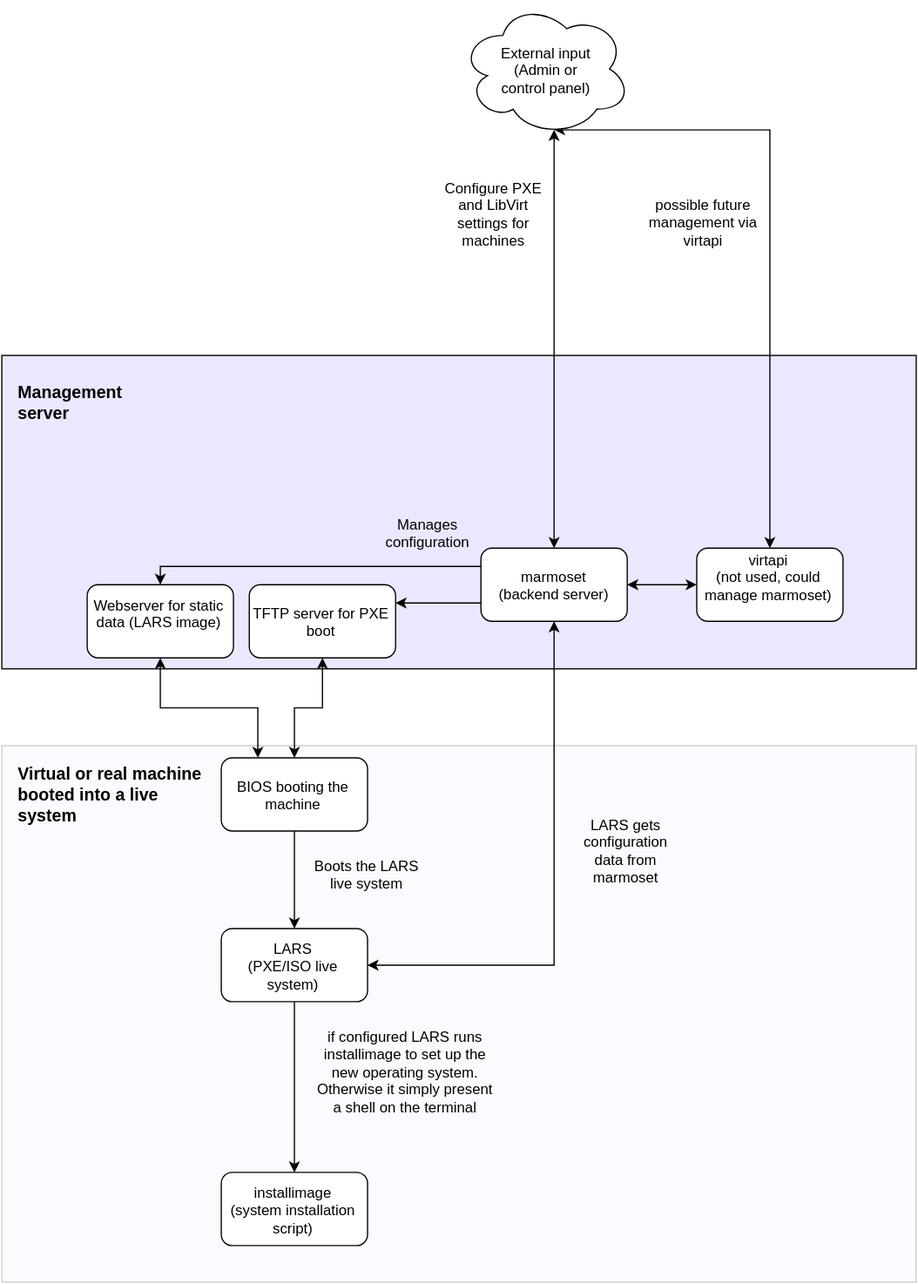
The draw.io diagram virtapi-overview.svg in virtapi/LARS, before a commit. Source tidied: cells renumbered, new cells last; positions are measured from the earlier drawing's top-left corner, leaving out a move shared by most shapes. Its diagram source:
```xml
<mxGraphModel background="#ffffff">
  <root>
    <mxCell id="0" />
    <mxCell id="1" parent="0" />
    <mxCell id="2" style="whiteSpace=wrap;html=1;fillColor=#EAE8FF;" parent="1" vertex="1">
      <mxGeometry y="290" width="750" height="257" as="geometry" />
    </mxCell>
    <mxCell id="3" style="whiteSpace=wrap;html=1;fillColor=#EAE8FF;opacity=20;" parent="1" vertex="1">
      <mxGeometry y="610" width="750" height="440" as="geometry" />
    </mxCell>
    <mxCell id="4" style="edgeStyle=orthogonalEdgeStyle;rounded=0;html=1;exitX=0;exitY=0.75;entryX=1;entryY=0.25;startArrow=none;startFill=0;endArrow=classic;endFill=1;fontSize=12;" parent="1" edge="1" source="7" target="22">
      <mxGeometry relative="1" as="geometry" />
    </mxCell>
    <mxCell id="5" style="edgeStyle=orthogonalEdgeStyle;rounded=0;html=1;exitX=0.5;exitY=1;entryX=1;entryY=0.5;startArrow=classic;startFill=1;endArrow=classic;endFill=1;fontSize=12;" parent="1" edge="1" source="7" target="9">
      <mxGeometry relative="1" as="geometry" />
    </mxCell>
    <mxCell id="6" style="edgeStyle=orthogonalEdgeStyle;rounded=0;html=1;exitX=0;exitY=0.25;entryX=0.5;entryY=0;startArrow=none;startFill=0;endArrow=classic;endFill=1;fontSize=12;" parent="1" edge="1" source="7" target="26">
      <mxGeometry relative="1" as="geometry" />
    </mxCell>
    <mxCell id="7" value="marmoset&lt;br&gt;(backend server)&lt;br&gt;" style="rounded=1;whiteSpace=wrap;html=1;" parent="1" vertex="1">
      <mxGeometry x="393" y="448" width="120" height="60" as="geometry" />
    </mxCell>
    <mxCell id="8" style="edgeStyle=orthogonalEdgeStyle;rounded=0;html=1;exitX=0.5;exitY=1;entryX=0.5;entryY=0;startArrow=none;startFill=0;endArrow=classic;endFill=1;fontSize=12;" parent="1" edge="1" source="9" target="10">
      <mxGeometry relative="1" as="geometry" />
    </mxCell>
    <mxCell id="9" value="LARS&lt;br&gt;(PXE/ISO live system)&lt;br&gt;" style="rounded=1;whiteSpace=wrap;html=1;" parent="1" vertex="1">
      <mxGeometry x="180" y="760" width="120" height="60" as="geometry" />
    </mxCell>
    <mxCell id="10" value="installimage&lt;br&gt;(system installation script)&lt;br&gt;" style="rounded=1;whiteSpace=wrap;html=1;" parent="1" vertex="1">
      <mxGeometry x="180" y="960" width="120" height="60" as="geometry" />
    </mxCell>
    <mxCell id="11" style="edgeStyle=orthogonalEdgeStyle;rounded=0;html=1;exitX=0;exitY=0.5;entryX=1;entryY=0.5;startArrow=classic;startFill=1;endArrow=classic;endFill=1;fontSize=12;" parent="1" edge="1" source="12" target="7">
      <mxGeometry relative="1" as="geometry" />
    </mxCell>
    <mxCell id="12" value="virtapi&lt;br&gt;(not used, could manage marmoset)&lt;br&gt;" style="rounded=1;whiteSpace=wrap;html=1;" parent="1" vertex="1">
      <mxGeometry x="570" y="448" width="120" height="60" as="geometry" />
    </mxCell>
    <mxCell id="13" value="LARS gets configuration data from marmoset&lt;br&gt;" style="text;html=1;strokeColor=none;fillColor=none;align=center;verticalAlign=middle;whiteSpace=wrap;overflow=hidden;" parent="1" vertex="1">
      <mxGeometry x="463" y="660" width="97" height="70" as="geometry" />
    </mxCell>
    <mxCell id="14" value="if configured LARS runs installimage to set up the new operating system.&lt;br&gt;Otherwise it simply present a shell on the terminal&lt;br&gt;" style="text;html=1;strokeColor=none;fillColor=none;align=center;verticalAlign=middle;whiteSpace=wrap;overflow=hidden;" parent="1" vertex="1">
      <mxGeometry x="253" y="830" width="155" height="120" as="geometry" />
    </mxCell>
    <mxCell id="15" style="edgeStyle=orthogonalEdgeStyle;rounded=0;html=1;exitX=0.55;exitY=0.95;exitPerimeter=0;entryX=0.5;entryY=0;startArrow=classic;startFill=1;endArrow=classic;endFill=1;" parent="1" edge="1" source="17" target="7">
      <mxGeometry relative="1" as="geometry" />
    </mxCell>
    <mxCell id="16" style="edgeStyle=orthogonalEdgeStyle;rounded=0;html=1;exitX=0.55;exitY=0.95;exitPerimeter=0;entryX=0.5;entryY=0;startArrow=classic;startFill=1;endArrow=classic;endFill=1;fontSize=12;" parent="1" edge="1" source="17" target="12">
      <mxGeometry relative="1" as="geometry" />
    </mxCell>
    <mxCell id="17" value="External input&lt;br&gt;(Admin or&lt;br&gt;control panel)&lt;br&gt;" style="ellipse;shape=cloud;whiteSpace=wrap;html=1;" parent="1" vertex="1">
      <mxGeometry x="376" width="140" height="110" as="geometry" />
    </mxCell>
    <mxCell id="18" value="Configure PXE and LibVirt settings for machines&lt;br&gt;" style="text;html=1;strokeColor=none;fillColor=none;align=center;verticalAlign=middle;whiteSpace=wrap;overflow=hidden;" parent="1" vertex="1">
      <mxGeometry x="358" y="140" width="90" height="80" as="geometry" />
    </mxCell>
    <mxCell id="19" value="Virtual or real machine booted into a live system&lt;br&gt;" style="text;html=1;strokeColor=none;fillColor=none;align=left;verticalAlign=middle;whiteSpace=wrap;overflow=hidden;fontSize=14;fontStyle=1;" parent="1" vertex="1">
      <mxGeometry x="11" y="616" width="158" height="64" as="geometry" />
    </mxCell>
    <mxCell id="20" value="Management server&lt;br&gt;" style="text;html=1;strokeColor=none;fillColor=none;align=left;verticalAlign=middle;whiteSpace=wrap;overflow=hidden;fontStyle=1;fontSize=14;" parent="1" vertex="1">
      <mxGeometry x="11" y="302" width="99" height="50" as="geometry" />
    </mxCell>
    <mxCell id="21" style="edgeStyle=orthogonalEdgeStyle;rounded=0;html=1;exitX=0.5;exitY=1;entryX=0.5;entryY=0;startArrow=classic;startFill=1;endArrow=classic;endFill=1;fontSize=12;" parent="1" edge="1" source="22" target="28">
      <mxGeometry relative="1" as="geometry" />
    </mxCell>
    <mxCell id="22" value="TFTP server for PXE boot&lt;br&gt;" style="rounded=1;whiteSpace=wrap;html=1;fillColor=#FFFFFF;fontSize=12;align=center;" parent="1" vertex="1">
      <mxGeometry x="203" y="478" width="120" height="60" as="geometry" />
    </mxCell>
    <mxCell id="23" value="Manages configuration&lt;br&gt;" style="text;html=1;strokeColor=none;fillColor=none;align=center;verticalAlign=middle;whiteSpace=wrap;overflow=hidden;fontSize=12;" parent="1" vertex="1">
      <mxGeometry x="299" y="410" width="100" height="50" as="geometry" />
    </mxCell>
    <mxCell id="24" value="possible future management via virtapi&lt;br&gt;" style="text;html=1;strokeColor=none;fillColor=none;align=center;verticalAlign=middle;whiteSpace=wrap;overflow=hidden;fontSize=12;" parent="1" vertex="1">
      <mxGeometry x="520" y="145" width="110" height="70" as="geometry" />
    </mxCell>
    <mxCell id="25" style="edgeStyle=orthogonalEdgeStyle;rounded=0;html=1;exitX=0.5;exitY=1;entryX=0.25;entryY=0;startArrow=classic;startFill=1;endArrow=classic;endFill=1;fontSize=12;" parent="1" edge="1" source="26" target="28">
      <mxGeometry relative="1" as="geometry" />
    </mxCell>
    <mxCell id="26" value="Webserver for static data (LARS image)&lt;br&gt;" style="rounded=1;whiteSpace=wrap;html=1;fillColor=#FFFFFF;fontSize=12;align=center;" parent="1" vertex="1">
      <mxGeometry x="70" y="478" width="120" height="60" as="geometry" />
    </mxCell>
    <mxCell id="27" style="edgeStyle=orthogonalEdgeStyle;rounded=0;html=1;exitX=0.5;exitY=1;entryX=0.5;entryY=0;startArrow=none;startFill=0;endArrow=classic;endFill=1;fontSize=12;" parent="1" edge="1" source="28" target="9">
      <mxGeometry relative="1" as="geometry" />
    </mxCell>
    <mxCell id="28" value="BIOS booting the machine&lt;br&gt;" style="rounded=1;whiteSpace=wrap;html=1;fillColor=#FFFFFF;fontSize=12;align=center;" parent="1" vertex="1">
      <mxGeometry x="180" y="620" width="120" height="60" as="geometry" />
    </mxCell>
    <mxCell id="29" value="Boots the LARS live system&lt;br&gt;" style="text;html=1;strokeColor=none;fillColor=none;align=center;verticalAlign=middle;whiteSpace=wrap;overflow=hidden;fontSize=12;" parent="1" vertex="1">
      <mxGeometry x="249" y="690" width="100" height="50" as="geometry" />
    </mxCell>
  </root>
</mxGraphModel>
```
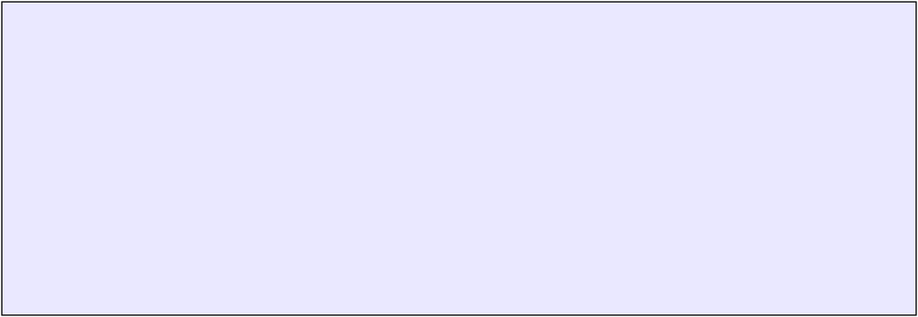
After the commit.

Commit message:
fix typo Managemen -> Management

this isn't a real typo, the t just wasn't visible

The edit, as a diff of the source:
```diff
@@ -2,89 +2,8 @@
   <root>
     <mxCell id="0" />
     <mxCell id="1" parent="0" />
-    <mxCell id="2" style="whiteSpace=wrap;html=1;fillColor=#EAE8FF;" parent="1" vertex="1">
-      <mxGeometry y="290" width="750" height="257" as="geometry" />
-    </mxCell>
-    <mxCell id="3" style="whiteSpace=wrap;html=1;fillColor=#EAE8FF;opacity=20;" parent="1" vertex="1">
-      <mxGeometry y="610" width="750" height="440" as="geometry" />
-    </mxCell>
-    <mxCell id="4" style="edgeStyle=orthogonalEdgeStyle;rounded=0;html=1;exitX=0;exitY=0.75;entryX=1;entryY=0.25;startArrow=none;startFill=0;endArrow=classic;endFill=1;fontSize=12;" parent="1" edge="1" source="7" target="22">
-      <mxGeometry relative="1" as="geometry" />
-    </mxCell>
-    <mxCell id="5" style="edgeStyle=orthogonalEdgeStyle;rounded=0;html=1;exitX=0.5;exitY=1;entryX=1;entryY=0.5;startArrow=classic;startFill=1;endArrow=classic;endFill=1;fontSize=12;" parent="1" edge="1" source="7" target="9">
-      <mxGeometry relative="1" as="geometry" />
-    </mxCell>
-    <mxCell id="6" style="edgeStyle=orthogonalEdgeStyle;rounded=0;html=1;exitX=0;exitY=0.25;entryX=0.5;entryY=0;startArrow=none;startFill=0;endArrow=classic;endFill=1;fontSize=12;" parent="1" edge="1" source="7" target="26">
-      <mxGeometry relative="1" as="geometry" />
-    </mxCell>
-    <mxCell id="7" value="marmoset&lt;br&gt;(backend server)&lt;br&gt;" style="rounded=1;whiteSpace=wrap;html=1;" parent="1" vertex="1">
-      <mxGeometry x="393" y="448" width="120" height="60" as="geometry" />
+    <mxCell id="7" style="whiteSpace=wrap;html=1;fillColor=#EAE8FF;" parent="1" vertex="1">
+      <mxGeometry x="393" y="448" width="750" height="257" as="geometry" />
     </mxCell>
-    <mxCell id="8" style="edgeStyle=orthogonalEdgeStyle;rounded=0;html=1;exitX=0.5;exitY=1;entryX=0.5;entryY=0;startArrow=none;startFill=0;endArrow=classic;endFill=1;fontSize=12;" parent="1" edge="1" source="9" target="10">
-      <mxGeometry relative="1" as="geometry" />
-    </mxCell>
-    <mxCell id="9" value="LARS&lt;br&gt;(PXE/ISO live system)&lt;br&gt;" style="rounded=1;whiteSpace=wrap;html=1;" parent="1" vertex="1">
-      <mxGeometry x="180" y="760" width="120" height="60" as="geometry" />
-    </mxCell>
-    <mxCell id="10" value="installimage&lt;br&gt;(system installation script)&lt;br&gt;" style="rounded=1;whiteSpace=wrap;html=1;" parent="1" vertex="1">
-      <mxGeometry x="180" y="960" width="120" height="60" as="geometry" />
-    </mxCell>
-    <mxCell id="11" style="edgeStyle=orthogonalEdgeStyle;rounded=0;html=1;exitX=0;exitY=0.5;entryX=1;entryY=0.5;startArrow=classic;startFill=1;endArrow=classic;endFill=1;fontSize=12;" parent="1" edge="1" source="12" target="7">
-      <mxGeometry relative="1" as="geometry" />
-    </mxCell>
-    <mxCell id="12" value="virtapi&lt;br&gt;(not used, could manage marmoset)&lt;br&gt;" style="rounded=1;whiteSpace=wrap;html=1;" parent="1" vertex="1">
-      <mxGeometry x="570" y="448" width="120" height="60" as="geometry" />
-    </mxCell>
-    <mxCell id="13" value="LARS gets configuration data from marmoset&lt;br&gt;" style="text;html=1;strokeColor=none;fillColor=none;align=center;verticalAlign=middle;whiteSpace=wrap;overflow=hidden;" parent="1" vertex="1">
-      <mxGeometry x="463" y="660" width="97" height="70" as="geometry" />
-    </mxCell>
-    <mxCell id="14" value="if configured LARS runs installimage to set up the new operating system.&lt;br&gt;Otherwise it simply present a shell on the terminal&lt;br&gt;" style="text;html=1;strokeColor=none;fillColor=none;align=center;verticalAlign=middle;whiteSpace=wrap;overflow=hidden;" parent="1" vertex="1">
-      <mxGeometry x="253" y="830" width="155" height="120" as="geometry" />
-    </mxCell>
-    <mxCell id="15" style="edgeStyle=orthogonalEdgeStyle;rounded=0;html=1;exitX=0.55;exitY=0.95;exitPerimeter=0;entryX=0.5;entryY=0;startArrow=classic;startFill=1;endArrow=classic;endFill=1;" parent="1" edge="1" source="17" target="7">
-      <mxGeometry relative="1" as="geometry" />
-    </mxCell>
-    <mxCell id="16" style="edgeStyle=orthogonalEdgeStyle;rounded=0;html=1;exitX=0.55;exitY=0.95;exitPerimeter=0;entryX=0.5;entryY=0;startArrow=classic;startFill=1;endArrow=classic;endFill=1;fontSize=12;" parent="1" edge="1" source="17" target="12">
-      <mxGeometry relative="1" as="geometry" />
-    </mxCell>
-    <mxCell id="17" value="External input&lt;br&gt;(Admin or&lt;br&gt;control panel)&lt;br&gt;" style="ellipse;shape=cloud;whiteSpace=wrap;html=1;" parent="1" vertex="1">
-      <mxGeometry x="376" width="140" height="110" as="geometry" />
-    </mxCell>
-    <mxCell id="18" value="Configure PXE and LibVirt settings for machines&lt;br&gt;" style="text;html=1;strokeColor=none;fillColor=none;align=center;verticalAlign=middle;whiteSpace=wrap;overflow=hidden;" parent="1" vertex="1">
-      <mxGeometry x="358" y="140" width="90" height="80" as="geometry" />
-    </mxCell>
-    <mxCell id="19" value="Virtual or real machine booted into a live system&lt;br&gt;" style="text;html=1;strokeColor=none;fillColor=none;align=left;verticalAlign=middle;whiteSpace=wrap;overflow=hidden;fontSize=14;fontStyle=1;" parent="1" vertex="1">
-      <mxGeometry x="11" y="616" width="158" height="64" as="geometry" />
-    </mxCell>
-    <mxCell id="20" value="Management server&lt;br&gt;" style="text;html=1;strokeColor=none;fillColor=none;align=left;verticalAlign=middle;whiteSpace=wrap;overflow=hidden;fontStyle=1;fontSize=14;" parent="1" vertex="1">
-      <mxGeometry x="11" y="302" width="99" height="50" as="geometry" />
-    </mxCell>
-    <mxCell id="21" style="edgeStyle=orthogonalEdgeStyle;rounded=0;html=1;exitX=0.5;exitY=1;entryX=0.5;entryY=0;startArrow=classic;startFill=1;endArrow=classic;endFill=1;fontSize=12;" parent="1" edge="1" source="22" target="28">
-      <mxGeometry relative="1" as="geometry" />
-    </mxCell>
-    <mxCell id="22" value="TFTP server for PXE boot&lt;br&gt;" style="rounded=1;whiteSpace=wrap;html=1;fillColor=#FFFFFF;fontSize=12;align=center;" parent="1" vertex="1">
-      <mxGeometry x="203" y="478" width="120" height="60" as="geometry" />
-    </mxCell>
-    <mxCell id="23" value="Manages configuration&lt;br&gt;" style="text;html=1;strokeColor=none;fillColor=none;align=center;verticalAlign=middle;whiteSpace=wrap;overflow=hidden;fontSize=12;" parent="1" vertex="1">
-      <mxGeometry x="299" y="410" width="100" height="50" as="geometry" />
-    </mxCell>
-    <mxCell id="24" value="possible future management via virtapi&lt;br&gt;" style="text;html=1;strokeColor=none;fillColor=none;align=center;verticalAlign=middle;whiteSpace=wrap;overflow=hidden;fontSize=12;" parent="1" vertex="1">
-      <mxGeometry x="520" y="145" width="110" height="70" as="geometry" />
-    </mxCell>
-    <mxCell id="25" style="edgeStyle=orthogonalEdgeStyle;rounded=0;html=1;exitX=0.5;exitY=1;entryX=0.25;entryY=0;startArrow=classic;startFill=1;endArrow=classic;endFill=1;fontSize=12;" parent="1" edge="1" source="26" target="28">
-      <mxGeometry relative="1" as="geometry" />
-    </mxCell>
-    <mxCell id="26" value="Webserver for static data (LARS image)&lt;br&gt;" style="rounded=1;whiteSpace=wrap;html=1;fillColor=#FFFFFF;fontSize=12;align=center;" parent="1" vertex="1">
-      <mxGeometry x="70" y="478" width="120" height="60" as="geometry" />
-    </mxCell>
-    <mxCell id="27" style="edgeStyle=orthogonalEdgeStyle;rounded=0;html=1;exitX=0.5;exitY=1;entryX=0.5;entryY=0;startArrow=none;startFill=0;endArrow=classic;endFill=1;fontSize=12;" parent="1" edge="1" source="28" target="9">
-      <mxGeometry relative="1" as="geometry" />
-    </mxCell>
-    <mxCell id="28" value="BIOS booting the machine&lt;br&gt;" style="rounded=1;whiteSpace=wrap;html=1;fillColor=#FFFFFF;fontSize=12;align=center;" parent="1" vertex="1">
-      <mxGeometry x="180" y="620" width="120" height="60" as="geometry" />
-    </mxCell>
-    <mxCell id="29" value="Boots the LARS live system&lt;br&gt;" style="text;html=1;strokeColor=none;fillColor=none;align=center;verticalAlign=middle;whiteSpace=wrap;overflow=hidden;fontSize=12;" parent="1" vertex="1">
-      <mxGeometry x="249" y="690" width="100" height="50" as="geometry" />
-    </mxCell>
   </root>
 </mxGraphModel>
```
